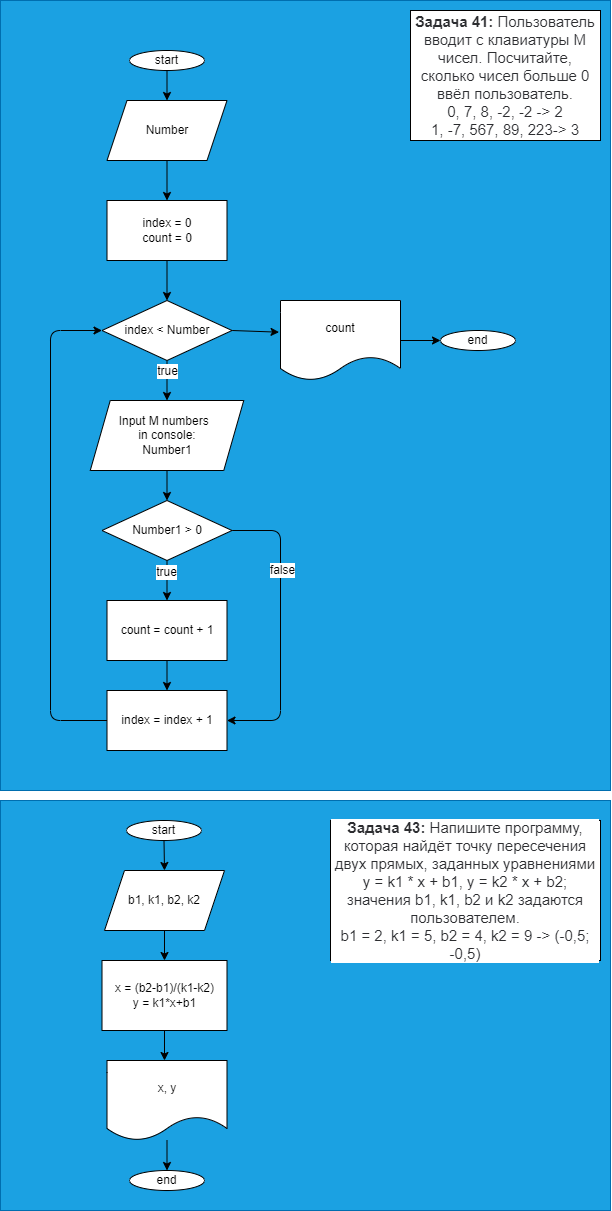
This is Seminar_6/Algori.drawio.png from AlexKleimon/CSharp_HomeWork, a draw.io export, as it was before one commit. Source tidied: cells renumbered, new cells last; positions are measured from the earlier drawing's top-left corner, leaving out a move shared by most shapes. Source of this version:
```xml
<mxGraphModel>
  <root>
    <mxCell id="0" />
    <mxCell id="1" parent="0" />
    <mxCell id="2" style="rounded=0;whiteSpace=wrap;html=1;fontSize=12;fillColor=#1ba1e2;fontColor=#ffffff;strokeColor=#006EAF;" parent="1" vertex="1">
      <mxGeometry y="800" width="610" height="410" as="geometry" />
    </mxCell>
    <mxCell id="3" style="rounded=0;whiteSpace=wrap;html=1;fontSize=12;fillColor=#1ba1e2;fontColor=#ffffff;strokeColor=#006EAF;" parent="1" vertex="1">
      <mxGeometry width="610" height="790" as="geometry" />
    </mxCell>
    <mxCell id="4" value="&lt;p style=&quot;box-sizing: border-box ; margin: 0px ; color: rgb(44 , 45 , 48) ; font-family: &amp;#34;roboto&amp;#34; , &amp;#34;san francisco&amp;#34; , &amp;#34;helvetica neue&amp;#34; , &amp;#34;helvetica&amp;#34; , &amp;#34;arial&amp;#34; ; font-size: 15px ; background-color: rgb(255 , 255 , 255)&quot;&gt;&lt;span style=&quot;box-sizing: border-box ; font-weight: 700&quot;&gt;Задача 41:&lt;/span&gt;&amp;nbsp;Пользователь вводит с клавиатуры M чисел. Посчитайте, сколько чисел больше 0 ввёл пользователь.&lt;/p&gt;&lt;p style=&quot;box-sizing: border-box ; margin: 0px ; color: rgb(44 , 45 , 48) ; font-family: &amp;#34;roboto&amp;#34; , &amp;#34;san francisco&amp;#34; , &amp;#34;helvetica neue&amp;#34; , &amp;#34;helvetica&amp;#34; , &amp;#34;arial&amp;#34; ; font-size: 15px ; background-color: rgb(255 , 255 , 255)&quot;&gt;0, 7, 8, -2, -2 -&amp;gt; 2&lt;/p&gt;&lt;p style=&quot;box-sizing: border-box ; margin: 0px ; color: rgb(44 , 45 , 48) ; font-family: &amp;#34;roboto&amp;#34; , &amp;#34;san francisco&amp;#34; , &amp;#34;helvetica neue&amp;#34; , &amp;#34;helvetica&amp;#34; , &amp;#34;arial&amp;#34; ; font-size: 15px ; background-color: rgb(255 , 255 , 255)&quot;&gt;1, -7, 567, 89, 223-&amp;gt; 3&lt;/p&gt;" style="rounded=0;whiteSpace=wrap;html=1;" parent="1" vertex="1">
      <mxGeometry x="410" y="10" width="190" height="130" as="geometry" />
    </mxCell>
    <mxCell id="5" style="edgeStyle=none;html=1;exitX=0.5;exitY=1;exitDx=0;exitDy=0;entryX=0.5;entryY=0;entryDx=0;entryDy=0;" parent="1" edge="1" source="6" target="14">
      <mxGeometry relative="1" as="geometry" />
    </mxCell>
    <mxCell id="6" value="start" style="ellipse;whiteSpace=wrap;html=1;" parent="1" vertex="1">
      <mxGeometry x="129" y="50" width="75" height="20" as="geometry" />
    </mxCell>
    <mxCell id="7" style="edgeStyle=none;html=1;exitX=0.5;exitY=1;exitDx=0;exitDy=0;entryX=0.5;entryY=0;entryDx=0;entryDy=0;fontSize=12;" parent="1" edge="1" source="8" target="23">
      <mxGeometry relative="1" as="geometry" />
    </mxCell>
    <mxCell id="8" value="Input M numbers&amp;nbsp;&amp;nbsp;&lt;br&gt;in console:&lt;br&gt;Number1" style="shape=parallelogram;perimeter=parallelogramPerimeter;whiteSpace=wrap;html=1;fixedSize=1;" parent="1" vertex="1">
      <mxGeometry x="89.8" y="400" width="153.5" height="70" as="geometry" />
    </mxCell>
    <mxCell id="9" style="edgeStyle=none;html=1;exitX=0.5;exitY=1;exitDx=0;exitDy=0;entryX=0.5;entryY=0;entryDx=0;entryDy=0;" parent="1" edge="1" source="12" target="8">
      <mxGeometry relative="1" as="geometry" />
    </mxCell>
    <mxCell id="10" value="true" style="edgeLabel;html=1;align=center;verticalAlign=middle;fontSize=12;" parent="9" vertex="1">
      <mxGeometry x="-0.45" relative="1" as="geometry" />
    </mxCell>
    <mxCell id="11" style="edgeStyle=none;html=1;exitX=1;exitY=0.5;exitDx=0;exitDy=0;entryX=-0.012;entryY=0.396;entryDx=0;entryDy=0;entryPerimeter=0;fontSize=12;" parent="1" edge="1" source="12" target="27">
      <mxGeometry relative="1" as="geometry" />
    </mxCell>
    <mxCell id="12" value="index &amp;lt; Number" style="rhombus;whiteSpace=wrap;html=1;" parent="1" vertex="1">
      <mxGeometry x="101.5" y="300" width="130" height="60" as="geometry" />
    </mxCell>
    <mxCell id="13" style="edgeStyle=none;html=1;exitX=0.5;exitY=1;exitDx=0;exitDy=0;entryX=0.5;entryY=0;entryDx=0;entryDy=0;" parent="1" edge="1" source="14" target="16">
      <mxGeometry relative="1" as="geometry" />
    </mxCell>
    <mxCell id="14" value="Number" style="shape=parallelogram;perimeter=parallelogramPerimeter;whiteSpace=wrap;html=1;fixedSize=1;" parent="1" vertex="1">
      <mxGeometry x="106.5" y="100" width="120" height="60" as="geometry" />
    </mxCell>
    <mxCell id="15" style="edgeStyle=none;html=1;exitX=0.5;exitY=1;exitDx=0;exitDy=0;entryX=0.5;entryY=0;entryDx=0;entryDy=0;" parent="1" edge="1" source="16" target="12">
      <mxGeometry relative="1" as="geometry" />
    </mxCell>
    <mxCell id="16" value="index = 0&lt;br&gt;count = 0" style="rounded=0;whiteSpace=wrap;html=1;" parent="1" vertex="1">
      <mxGeometry x="106.5" y="200" width="120" height="60" as="geometry" />
    </mxCell>
    <mxCell id="17" style="edgeStyle=none;html=1;exitX=0;exitY=0.5;exitDx=0;exitDy=0;entryX=0;entryY=0.5;entryDx=0;entryDy=0;fontSize=6;" parent="1" edge="1" source="18" target="12">
      <mxGeometry relative="1" as="geometry">
        <Array as="points">
          <mxPoint x="50" y="720" />
          <mxPoint x="50" y="330" />
        </Array>
      </mxGeometry>
    </mxCell>
    <mxCell id="18" value="index = index + 1" style="rounded=0;whiteSpace=wrap;html=1;" parent="1" vertex="1">
      <mxGeometry x="106.5" y="690" width="120" height="60" as="geometry" />
    </mxCell>
    <mxCell id="19" style="edgeStyle=none;html=1;exitX=0.5;exitY=1;exitDx=0;exitDy=0;entryX=0.5;entryY=0;entryDx=0;entryDy=0;fontSize=12;" parent="1" edge="1" source="23" target="25">
      <mxGeometry relative="1" as="geometry" />
    </mxCell>
    <mxCell id="20" value="true" style="edgeLabel;html=1;align=center;verticalAlign=middle;fontSize=12;" parent="19" vertex="1">
      <mxGeometry x="-0.42" y="-1" relative="1" as="geometry" />
    </mxCell>
    <mxCell id="21" style="edgeStyle=none;html=1;exitX=1;exitY=0.5;exitDx=0;exitDy=0;entryX=1;entryY=0.5;entryDx=0;entryDy=0;fontSize=12;" parent="1" edge="1" source="23" target="18">
      <mxGeometry relative="1" as="geometry">
        <Array as="points">
          <mxPoint x="280" y="530" />
          <mxPoint x="280" y="720" />
        </Array>
      </mxGeometry>
    </mxCell>
    <mxCell id="22" value="false" style="edgeLabel;html=1;align=center;verticalAlign=middle;fontSize=12;" parent="21" vertex="1">
      <mxGeometry x="-0.49" y="2" relative="1" as="geometry">
        <mxPoint y="13" as="offset" />
      </mxGeometry>
    </mxCell>
    <mxCell id="23" value="Number1 &amp;gt; 0" style="rhombus;whiteSpace=wrap;html=1;" parent="1" vertex="1">
      <mxGeometry x="101.5" y="500" width="130" height="60" as="geometry" />
    </mxCell>
    <mxCell id="24" style="edgeStyle=none;html=1;exitX=0.5;exitY=1;exitDx=0;exitDy=0;entryX=0.5;entryY=0;entryDx=0;entryDy=0;fontSize=12;" parent="1" edge="1" source="25" target="18">
      <mxGeometry relative="1" as="geometry" />
    </mxCell>
    <mxCell id="25" value="count = count + 1" style="rounded=0;whiteSpace=wrap;html=1;fontSize=12;" parent="1" vertex="1">
      <mxGeometry x="106.5" y="600" width="120" height="60" as="geometry" />
    </mxCell>
    <mxCell id="26" style="edgeStyle=none;html=1;fontSize=12;" parent="1" edge="1" source="27" target="28">
      <mxGeometry relative="1" as="geometry" />
    </mxCell>
    <mxCell id="27" value="count" style="shape=document;whiteSpace=wrap;html=1;boundedLbl=1;fontSize=12;" parent="1" vertex="1">
      <mxGeometry x="280" y="300" width="120" height="80" as="geometry" />
    </mxCell>
    <mxCell id="28" value="end" style="ellipse;whiteSpace=wrap;html=1;" parent="1" vertex="1">
      <mxGeometry x="440" y="330" width="75" height="20" as="geometry" />
    </mxCell>
    <mxCell id="29" value="&lt;p style=&quot;box-sizing: border-box ; margin: 0px ; color: rgb(44 , 45 , 48) ; font-family: &amp;#34;roboto&amp;#34; , &amp;#34;san francisco&amp;#34; , &amp;#34;helvetica neue&amp;#34; , &amp;#34;helvetica&amp;#34; , &amp;#34;arial&amp;#34; ; font-size: 15px ; background-color: rgb(255 , 255 , 255)&quot;&gt;&lt;span style=&quot;box-sizing: border-box ; font-weight: 700&quot;&gt;Задача 43:&lt;/span&gt;&amp;nbsp;Напишите программу, которая найдёт точку пересечения двух прямых, заданных уравнениями y = k1 * x + b1, y = k2 * x + b2; значения b1, k1, b2 и k2 задаются пользователем.&lt;/p&gt;&lt;p style=&quot;box-sizing: border-box ; margin: 0px ; color: rgb(44 , 45 , 48) ; font-family: &amp;#34;roboto&amp;#34; , &amp;#34;san francisco&amp;#34; , &amp;#34;helvetica neue&amp;#34; , &amp;#34;helvetica&amp;#34; , &amp;#34;arial&amp;#34; ; font-size: 15px ; background-color: rgb(255 , 255 , 255)&quot;&gt;b1 = 2, k1 = 5, b2 = 4, k2 = 9 -&amp;gt; (-0,5; -0,5)&lt;/p&gt;" style="rounded=0;whiteSpace=wrap;html=1;fontSize=12;" parent="1" vertex="1">
      <mxGeometry x="330" y="820" width="270" height="140" as="geometry" />
    </mxCell>
    <mxCell id="30" style="edgeStyle=none;html=1;exitX=0.5;exitY=1;exitDx=0;exitDy=0;entryX=0.5;entryY=0;entryDx=0;entryDy=0;fontSize=12;" parent="1" edge="1" source="31" target="33">
      <mxGeometry relative="1" as="geometry" />
    </mxCell>
    <mxCell id="31" value="start" style="ellipse;whiteSpace=wrap;html=1;" parent="1" vertex="1">
      <mxGeometry x="126" y="820" width="75" height="20" as="geometry" />
    </mxCell>
    <mxCell id="32" style="edgeStyle=none;html=1;exitX=0.5;exitY=1;exitDx=0;exitDy=0;entryX=0.5;entryY=0;entryDx=0;entryDy=0;fontSize=12;" parent="1" edge="1" source="33" target="35">
      <mxGeometry relative="1" as="geometry" />
    </mxCell>
    <mxCell id="33" value="b1, k1, b2, k2" style="shape=parallelogram;perimeter=parallelogramPerimeter;whiteSpace=wrap;html=1;fixedSize=1;fontSize=12;" parent="1" vertex="1">
      <mxGeometry x="104" y="870" width="120" height="60" as="geometry" />
    </mxCell>
    <mxCell id="34" style="edgeStyle=none;html=1;exitX=0.5;exitY=1;exitDx=0;exitDy=0;entryX=0.5;entryY=0;entryDx=0;entryDy=0;fontSize=12;" parent="1" edge="1" source="35">
      <mxGeometry relative="1" as="geometry">
        <mxPoint x="164" y="1060" as="targetPoint" />
      </mxGeometry>
    </mxCell>
    <mxCell id="35" value="x = (b2-b1)/(k1-k2)&lt;br&gt;y = k1*x+b1" style="rounded=0;whiteSpace=wrap;html=1;fontSize=12;" parent="1" vertex="1">
      <mxGeometry x="101.5" y="960" width="125" height="70" as="geometry" />
    </mxCell>
    <mxCell id="36" style="edgeStyle=none;html=1;entryX=0.5;entryY=0;entryDx=0;entryDy=0;fontSize=12;" parent="1" edge="1" source="37" target="38">
      <mxGeometry relative="1" as="geometry" />
    </mxCell>
    <mxCell id="37" value="x, y" style="shape=document;whiteSpace=wrap;html=1;boundedLbl=1;fontSize=12;" parent="1" vertex="1">
      <mxGeometry x="106.5" y="1060" width="120" height="80" as="geometry" />
    </mxCell>
    <mxCell id="38" value="end" style="ellipse;whiteSpace=wrap;html=1;" parent="1" vertex="1">
      <mxGeometry x="129" y="1170" width="75" height="20" as="geometry" />
    </mxCell>
  </root>
</mxGraphModel>
```
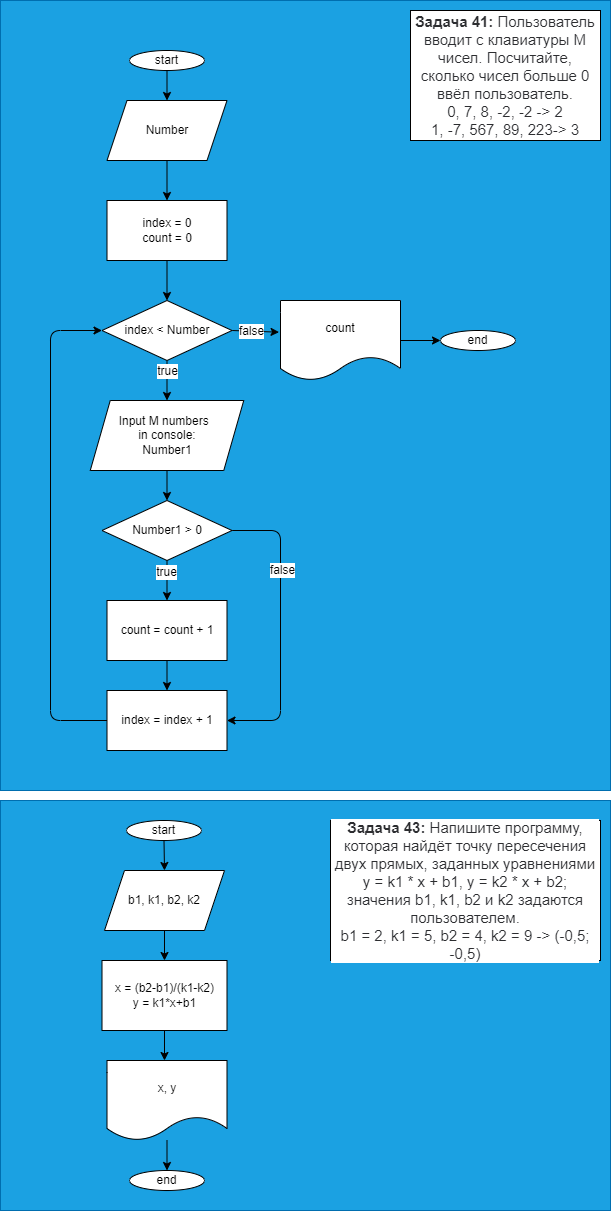
The same file after the commit.

Change to the diagram source:
```diff
@@ -32,6 +32,11 @@
     <mxCell id="11" style="edgeStyle=none;html=1;exitX=1;exitY=0.5;exitDx=0;exitDy=0;entryX=-0.012;entryY=0.396;entryDx=0;entryDy=0;entryPerimeter=0;fontSize=12;" parent="1" edge="1" source="12" target="27">
       <mxGeometry relative="1" as="geometry" />
     </mxCell>
+    <mxCell id="39" value="false" style="edgeLabel;html=1;align=center;verticalAlign=middle;fontSize=12;" parent="11" vertex="1">
+      <mxGeometry x="-0.57" y="-1" relative="1" as="geometry">
+        <mxPoint x="9" y="-1" as="offset" />
+      </mxGeometry>
+    </mxCell>
     <mxCell id="12" value="index &amp;lt; Number" style="rhombus;whiteSpace=wrap;html=1;" parent="1" vertex="1">
       <mxGeometry x="101.5" y="300" width="130" height="60" as="geometry" />
     </mxCell>
```
